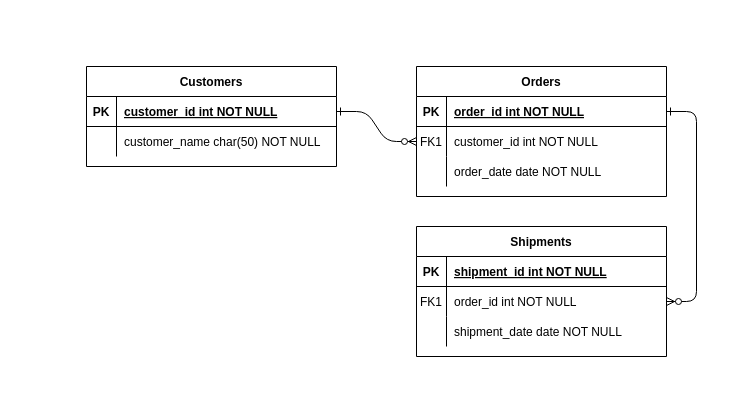
The draw.io diagram Untitled Diagram.drawio in sudopwr/database-course, before the edit. Source tidied: cells renumbered, new cells numbered last; positions are measured from the earlier drawing's top-left corner, leaving out a move shared by most shapes. Both pictures are drawn from the tidied source at 100%, with x=0, y=0 at pixel (86, 66).
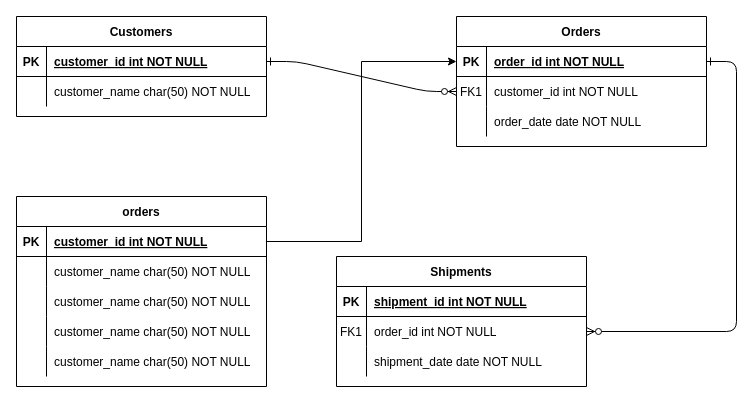
The same page after the edit.

The change refers to these unchanged cells:
```xml
<mxCell id="5" style="shape=partialRectangle;fillColor=none;points=[[0,0.5],[1,0.5]];portConstraint=eastwest;top=0;left=0;right=0;bottom=1;" parent="4" vertex="1">
  <mxGeometry y="30" width="250" height="30" as="geometry" />
</mxCell>
```

What changed in the source:
```diff
@@
     <mxCell id="4" value="Orders" style="shape=table;startSize=30;childLayout=tableLayout;rowLines=0;fontStyle=1;align=center;" parent="1" vertex="1">
-      <mxGeometry x="330" width="250" height="130" as="geometry" />
+      <mxGeometry x="370" y="-50" width="250" height="130" as="geometry" />
     </mxCell>
@@
     <mxCell id="14" value="Shipments" style="shape=table;startSize=30;childLayout=tableLayout;rowLines=0;fontStyle=1;align=center;" parent="1" vertex="1">
-      <mxGeometry x="330" y="160" width="250" height="130" as="geometry" />
+      <mxGeometry x="250" y="190" width="250" height="130" as="geometry" />
     </mxCell>
@@
     <mxCell id="24" value="Customers" style="shape=table;startSize=30;childLayout=tableLayout;rowLines=0;fontStyle=1;align=center;" parent="1" vertex="1">
-      <mxGeometry width="250" height="100" as="geometry" />
+      <mxGeometry x="-70" y="-50" width="250" height="100" as="geometry" />
     </mxCell>
@@
+    <mxCell id="31" value="orders" style="shape=table;startSize=30;childLayout=tableLayout;rowLines=0;fontStyle=1;align=center;" parent="1" vertex="1">
+      <mxGeometry x="-70" y="130" width="250" height="190" as="geometry" />
+    </mxCell>
+    <mxCell id="32" style="shape=partialRectangle;fillColor=none;points=[[0,0.5],[1,0.5]];portConstraint=eastwest;top=0;left=0;right=0;bottom=1;" parent="31" vertex="1">
+      <mxGeometry y="30" width="250" height="30" as="geometry" />
+    </mxCell>
+    <mxCell id="33" value="PK" style="shape=partialRectangle;overflow=hidden;fillColor=none;top=0;left=0;bottom=0;right=0;fontStyle=1;" parent="32" vertex="1">
+      <mxGeometry width="30" height="30" as="geometry" />
+    </mxCell>
+    <mxCell id="34" value="customer_id int NOT NULL " style="shape=partialRectangle;overflow=hidden;fillColor=none;top=0;left=0;bottom=0;right=0;align=left;spacingLeft=6;fontStyle=5;" parent="32" vertex="1">
+      <mxGeometry x="30" width="220" height="30" as="geometry" />
+    </mxCell>
+    <mxCell id="35" style="shape=partialRectangle;fillColor=none;top=0;left=0;right=0;bottom=0;" parent="31" vertex="1">
+      <mxGeometry y="60" width="250" height="30" as="geometry" />
+    </mxCell>
+    <mxCell id="36" style="shape=partialRectangle;overflow=hidden;fillColor=none;top=0;left=0;bottom=0;right=0;" parent="35" vertex="1">
+      <mxGeometry width="30" height="30" as="geometry" />
+    </mxCell>
+    <mxCell id="37" value="customer_name char(50) NOT NULL" style="shape=partialRectangle;overflow=hidden;fillColor=none;top=0;left=0;bottom=0;right=0;align=left;spacingLeft=6;" parent="35" vertex="1">
+      <mxGeometry x="30" width="220" height="30" as="geometry" />
+    </mxCell>
+    <mxCell id="38" style="shape=partialRectangle;fillColor=none;top=0;left=0;right=0;bottom=0;" parent="31" vertex="1">
+      <mxGeometry y="90" width="250" height="30" as="geometry" />
+    </mxCell>
+    <mxCell id="39" style="shape=partialRectangle;overflow=hidden;fillColor=none;top=0;left=0;bottom=0;right=0;" parent="38" vertex="1">
+      <mxGeometry width="30" height="30" as="geometry" />
+    </mxCell>
+    <mxCell id="40" value="customer_name char(50) NOT NULL" style="shape=partialRectangle;overflow=hidden;fillColor=none;top=0;left=0;bottom=0;right=0;align=left;spacingLeft=6;" parent="38" vertex="1">
+      <mxGeometry x="30" width="220" height="30" as="geometry" />
+    </mxCell>
+    <mxCell id="41" style="shape=partialRectangle;fillColor=none;top=0;left=0;right=0;bottom=0;" parent="31" vertex="1">
+      <mxGeometry y="120" width="250" height="30" as="geometry" />
+    </mxCell>
+    <mxCell id="42" style="shape=partialRectangle;overflow=hidden;fillColor=none;top=0;left=0;bottom=0;right=0;" parent="41" vertex="1">
+      <mxGeometry width="30" height="30" as="geometry" />
+    </mxCell>
+    <mxCell id="43" value="customer_name char(50) NOT NULL" style="shape=partialRectangle;overflow=hidden;fillColor=none;top=0;left=0;bottom=0;right=0;align=left;spacingLeft=6;" parent="41" vertex="1">
+      <mxGeometry x="30" width="220" height="30" as="geometry" />
+    </mxCell>
+    <mxCell id="44" style="shape=partialRectangle;fillColor=none;top=0;left=0;right=0;bottom=0;" parent="31" vertex="1">
+      <mxGeometry y="150" width="250" height="30" as="geometry" />
+    </mxCell>
+    <mxCell id="45" style="shape=partialRectangle;overflow=hidden;fillColor=none;top=0;left=0;bottom=0;right=0;" parent="44" vertex="1">
+      <mxGeometry width="30" height="30" as="geometry" />
+    </mxCell>
+    <mxCell id="46" value="customer_name char(50) NOT NULL" style="shape=partialRectangle;overflow=hidden;fillColor=none;top=0;left=0;bottom=0;right=0;align=left;spacingLeft=6;" parent="44" vertex="1">
+      <mxGeometry x="30" width="220" height="30" as="geometry" />
+    </mxCell>
+    <mxCell id="47" style="edgeStyle=orthogonalEdgeStyle;rounded=0;jettySize=auto;html=1;exitX=1;exitY=0.5;exitDx=0;exitDy=0;entryX=0;entryY=0.5;entryDx=0;entryDy=0;" parent="1" edge="1" source="32" target="5">
+      <mxGeometry relative="1" as="geometry" />
+    </mxCell>
```
